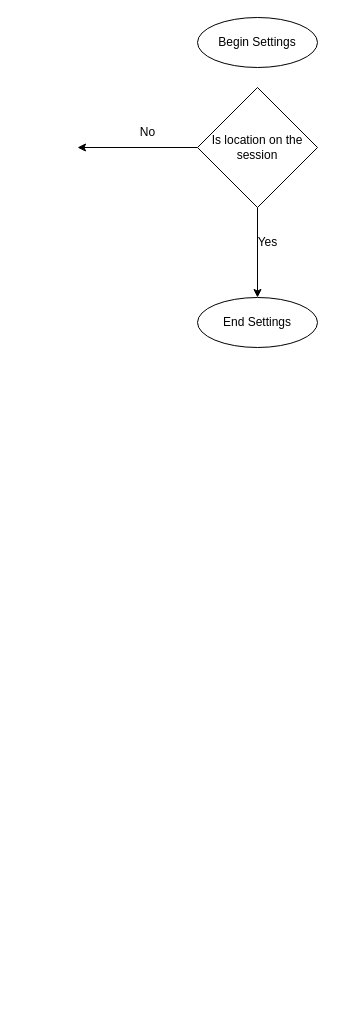
Before: Smart_irrigation.drawio in GeorginaFox/at1, a draw.io diagram. Source tidied: cells renumbered, new cells numbered last; positions are measured from the earlier drawing's top-left corner, leaving out a move shared by most shapes. Both pictures are drawn from the tidied source at 100%, with x=0, y=0 at pixel (77, 17).
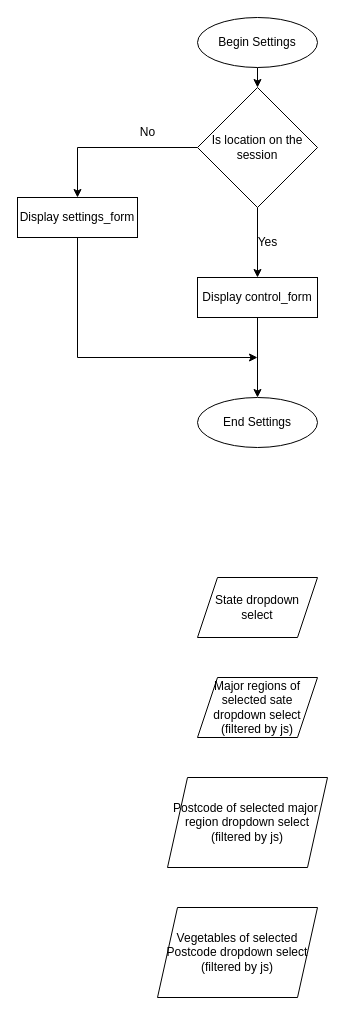
After the change.

Change to the diagram source:
```diff
@@
 <mxGraphModel>
   <root>
     <mxCell id="0" />
     <mxCell id="1" parent="0" />
+    <mxCell id="9" style="edgeStyle=orthogonalEdgeStyle;rounded=0;jettySize=auto;html=1;exitX=0.5;exitY=1;exitDx=0;exitDy=0;entryX=0.5;entryY=0;entryDx=0;entryDy=0;" parent="1" edge="1" source="2" target="6">
+      <mxGeometry relative="1" as="geometry" />
+    </mxCell>
     <mxCell id="2" value="Begin Settings" style="ellipse;whiteSpace=wrap;html=1;" parent="1" vertex="1">
       <mxGeometry x="120" width="120" height="50" as="geometry" />
     </mxCell>
     <mxCell id="3" value="End Settings" style="ellipse;whiteSpace=wrap;html=1;" parent="1" vertex="1">
-      <mxGeometry x="120" y="280" width="120" height="50" as="geometry" />
+      <mxGeometry x="120" y="380" width="120" height="50" as="geometry" />
     </mxCell>
-    <mxCell id="4" style="edgeStyle=orthogonalEdgeStyle;rounded=0;jettySize=auto;html=1;exitX=0.5;exitY=1;exitDx=0;exitDy=0;entryX=0.5;entryY=0;entryDx=0;entryDy=0;" parent="1" edge="1" source="6" target="3">
+    <mxCell id="4" style="edgeStyle=orthogonalEdgeStyle;rounded=0;jettySize=auto;html=1;exitX=0.5;exitY=1;exitDx=0;exitDy=0;entryX=0.5;entryY=0;entryDx=0;entryDy=0;" parent="1" edge="1" source="6" target="11">
       <mxGeometry relative="1" as="geometry" />
     </mxCell>
-    <mxCell id="5" style="edgeStyle=orthogonalEdgeStyle;rounded=0;jettySize=auto;html=1;exitX=0;exitY=0.5;exitDx=0;exitDy=0;" parent="1" edge="1" source="6">
-      <mxGeometry relative="1" as="geometry">
-        <mxPoint y="130" as="targetPoint" />
-      </mxGeometry>
+    <mxCell id="5" style="edgeStyle=orthogonalEdgeStyle;rounded=0;jettySize=auto;html=1;exitX=0;exitY=0.5;exitDx=0;exitDy=0;entryX=0.5;entryY=0;entryDx=0;entryDy=0;" parent="1" edge="1" source="6" target="13">
+      <mxGeometry relative="1" as="geometry" />
     </mxCell>
     <mxCell id="6" value="Is location on the session" style="rhombus;whiteSpace=wrap;html=1;" parent="1" vertex="1">
       <mxGeometry x="120" y="70" width="120" height="120" as="geometry" />
     </mxCell>
     <mxCell id="7" value="Yes" style="text;html=1;align=center;verticalAlign=middle;strokeColor=none;fillColor=none;" parent="1" vertex="1">
       <mxGeometry x="170" y="210" width="40" height="30" as="geometry" />
     </mxCell>
     <mxCell id="8" value="No" style="text;html=1;align=center;verticalAlign=middle;strokeColor=none;fillColor=none;" parent="1" vertex="1">
       <mxGeometry x="50" y="100" width="40" height="30" as="geometry" />
     </mxCell>
+    <mxCell id="10" style="edgeStyle=orthogonalEdgeStyle;rounded=0;jettySize=auto;html=1;entryX=0.5;entryY=0;entryDx=0;entryDy=0;" parent="1" edge="1" source="11" target="3">
+      <mxGeometry relative="1" as="geometry" />
+    </mxCell>
+    <mxCell id="11" value="Display control_form" style="rounded=0;whiteSpace=wrap;html=1;" parent="1" vertex="1">
+      <mxGeometry x="120" y="260" width="120" height="40" as="geometry" />
+    </mxCell>
+    <mxCell id="12" style="edgeStyle=orthogonalEdgeStyle;rounded=0;jettySize=auto;html=1;" parent="1" edge="1" source="13">
+      <mxGeometry relative="1" as="geometry">
+        <mxPoint x="180" y="340" as="targetPoint" />
+        <Array as="points">
+          <mxPoint y="340" />
+          <mxPoint x="181" y="340" />
+        </Array>
+      </mxGeometry>
+    </mxCell>
+    <mxCell id="13" value="Display settings_form" style="rounded=0;whiteSpace=wrap;html=1;" parent="1" vertex="1">
+      <mxGeometry x="-60" y="180" width="120" height="40" as="geometry" />
+    </mxCell>
+    <mxCell id="14" value="State dropdown select" style="shape=parallelogram;perimeter=parallelogramPerimeter;whiteSpace=wrap;html=1;fixedSize=1;" parent="1" vertex="1">
+      <mxGeometry x="120" y="560" width="120" height="60" as="geometry" />
+    </mxCell>
+    <mxCell id="15" value="Major regions of selected sate dropdown select&lt;div&gt;(filtered by js)&lt;/div&gt;" style="shape=parallelogram;perimeter=parallelogramPerimeter;whiteSpace=wrap;html=1;fixedSize=1;" parent="1" vertex="1">
+      <mxGeometry x="120" y="660" width="120" height="60" as="geometry" />
+    </mxCell>
+    <mxCell id="16" value="Postcode of selected major&amp;nbsp;&lt;div&gt;region dropdown select&lt;div&gt;(filtered by js)&lt;/div&gt;&lt;/div&gt;" style="shape=parallelogram;perimeter=parallelogramPerimeter;whiteSpace=wrap;html=1;fixedSize=1;" parent="1" vertex="1">
+      <mxGeometry x="90" y="760" width="160" height="90" as="geometry" />
+    </mxCell>
+    <mxCell id="17" value="Vegetables of selected Postcode dropdown select&lt;div&gt;(filtered by js)&lt;br&gt;&lt;/div&gt;" style="shape=parallelogram;perimeter=parallelogramPerimeter;whiteSpace=wrap;html=1;fixedSize=1;" parent="1" vertex="1">
+      <mxGeometry x="80" y="890" width="160" height="90" as="geometry" />
+    </mxCell>
   </root>
 </mxGraphModel>
```
